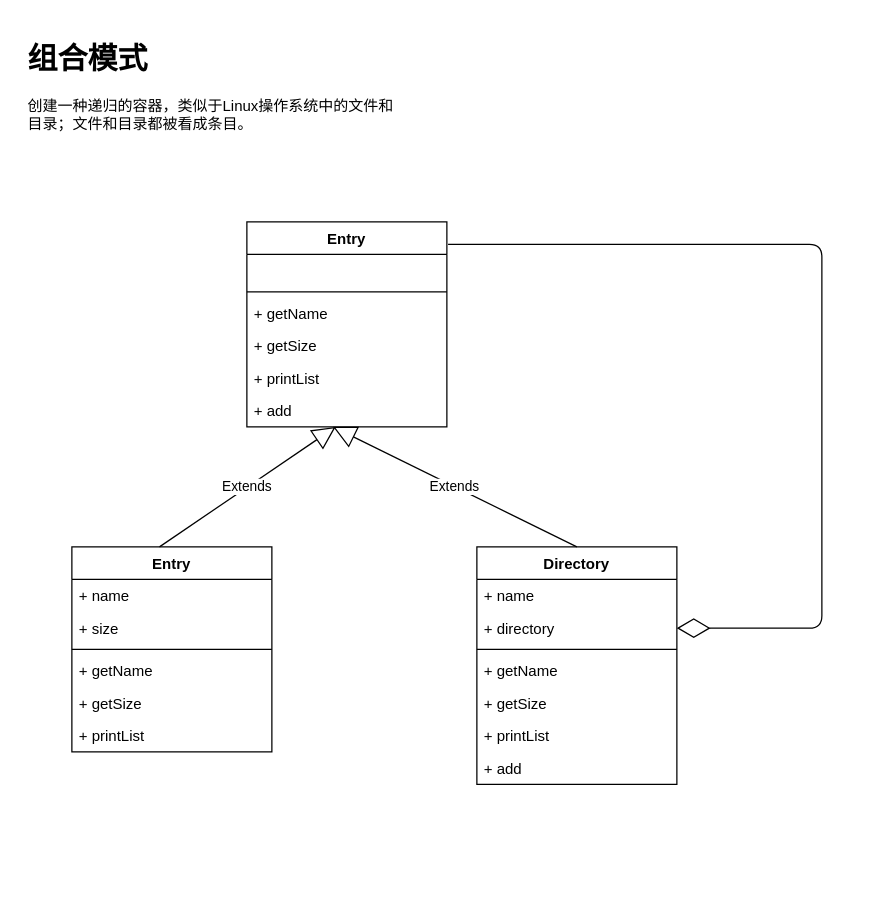
Above: patterns/src/main/java/com/tenstone/leet/patterns/structure/composite/composite.drawio in mozhou-tech/java-in-depth (draw.io), before the change. Source tidied: cells renumbered, new cells numbered last; positions are measured from the earlier drawing's top-left corner, leaving out a move shared by most shapes. Both pictures are drawn from the tidied source at 125%, with x=0, y=0 at pixel (21, 34).
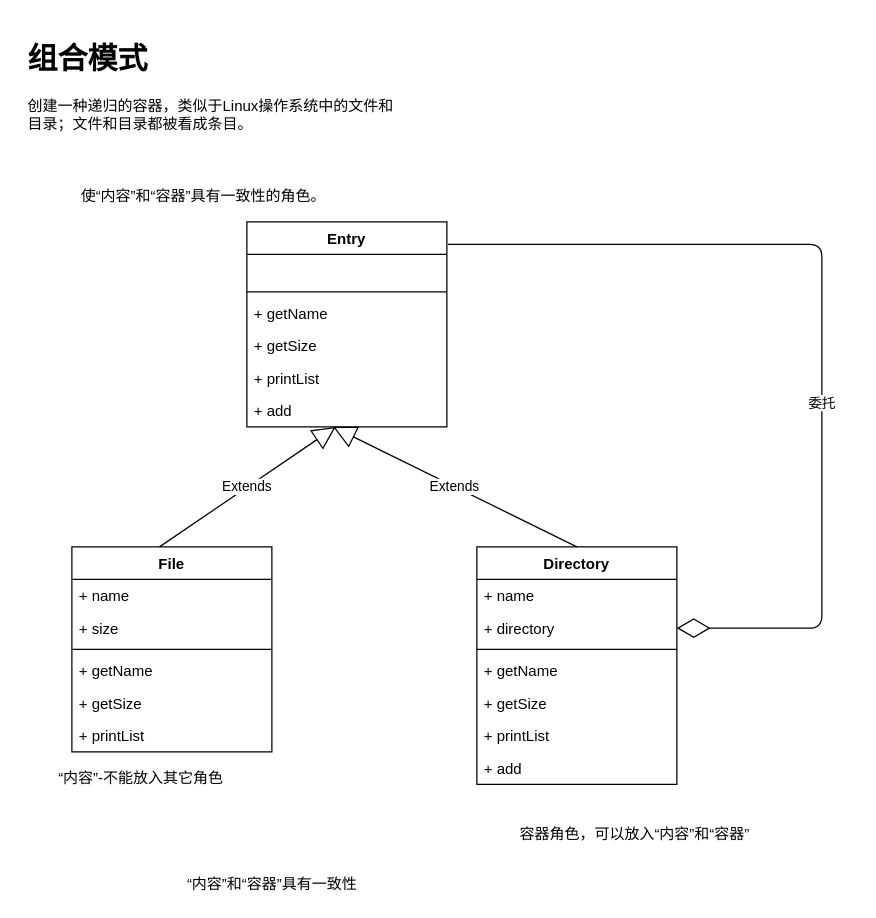
The same page after the edit.

The change refers to these unchanged cells:
```xml
<mxCell id="26" style="endArrow=diamondThin;endFill=0;endSize=24;html=1;exitX=1.006;exitY=0.11;exitDx=0;exitDy=0;exitPerimeter=0;entryX=1;entryY=0.5;entryDx=0;entryDy=0;" parent="1" edge="1" source="2" target="18">
  <mxGeometry relative="1" as="geometry">
    <Array as="points">
      <mxPoint x="640" y="168" />
      <mxPoint x="640" y="475" />
    </Array>
  </mxGeometry>
</mxCell>
```

Change to the diagram source:
```diff
@@
-    <mxCell id="9" value="Entry" style="swimlane;fontStyle=1;align=center;verticalAlign=top;horizontal=1;startSize=26;" parent="1" vertex="1">
+    <mxCell id="9" value="File" style="swimlane;fontStyle=1;align=center;verticalAlign=top;horizontal=1;startSize=26;" parent="1" vertex="1">
       <mxGeometry x="40" y="410" width="160" height="164" as="geometry" />
     </mxCell>
@@
+    <mxCell id="28" value="委托" style="edgeLabel;html=1;align=center;verticalAlign=middle;" parent="26" vertex="1">
+      <mxGeometry x="0.18" y="-1" relative="1" as="geometry" />
+    </mxCell>
@@
+    <mxCell id="29" value="容器角色，可以放入“内容”和“容器”" style="text;html=1;align=center;verticalAlign=middle;strokeColor=none;" parent="1" vertex="1">
+      <mxGeometry x="390" y="630" width="200" height="20" as="geometry" />
+    </mxCell>
+    <mxCell id="30" value="使“内容”和“容器”具有一致性的角色。" style="text;html=1;align=center;verticalAlign=middle;strokeColor=none;" parent="1" vertex="1">
+      <mxGeometry x="40" y="120" width="210" height="20" as="geometry" />
+    </mxCell>
+    <mxCell id="31" value="“内容”-不能放入其它角色" style="text;html=1;align=center;verticalAlign=middle;strokeColor=none;" parent="1" vertex="1">
+      <mxGeometry x="20" y="585" width="150" height="20" as="geometry" />
+    </mxCell>
+    <mxCell id="32" value="“内容”和“容器”具有一致性" style="text;html=1;align=center;verticalAlign=middle;strokeColor=none;" parent="1" vertex="1">
+      <mxGeometry x="125" y="670" width="150" height="20" as="geometry" />
+    </mxCell>
```
